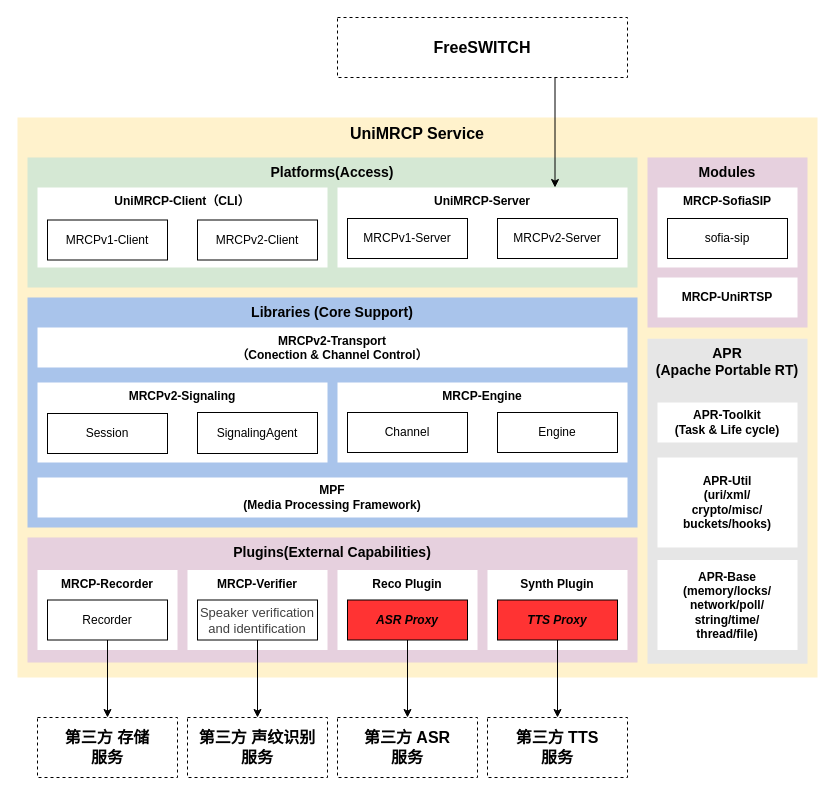
The draw.io diagram page "unimrcp" (2 of 2) of drawio/unimrcp.drawio.xml in Hamlee7/develop_env, before the edit. Source tidied: cells renumbered, new cells numbered last; positions are measured from the earlier drawing's top-left corner, leaving out a move shared by most shapes. Both pictures are drawn from the tidied source at 100%, with x=0, y=0 at pixel (17, 17).
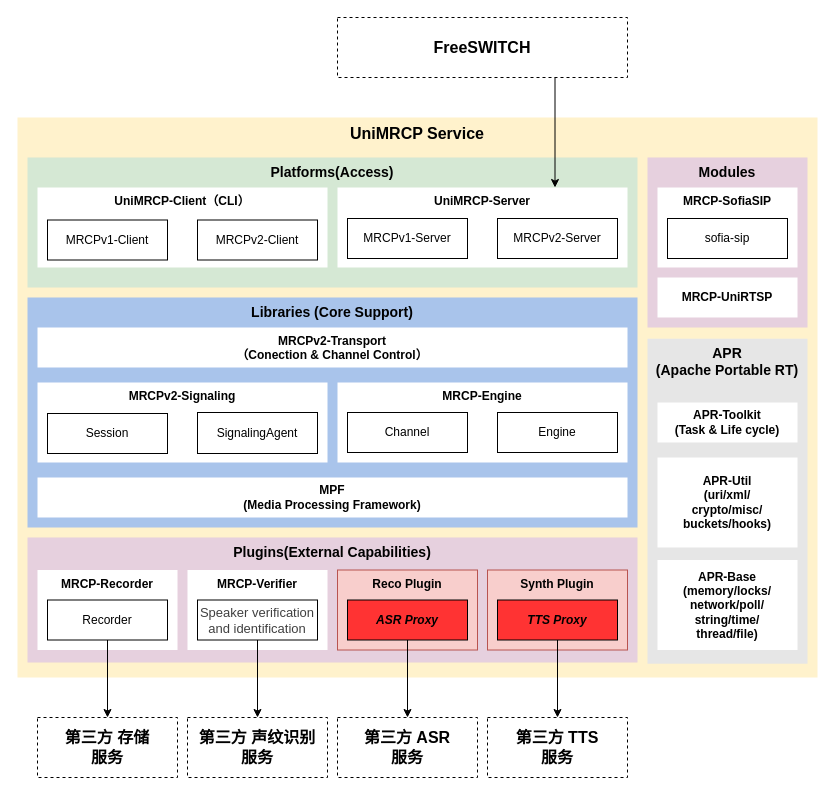
The same diagram, later.

Change to the diagram source:
```diff
@@
-    <mxCell id="27" value="&lt;b&gt;Reco Plugin&lt;/b&gt;" style="rounded=0;whiteSpace=wrap;html=1;align=center;verticalAlign=top;strokeColor=none;" parent="1" vertex="1">
+    <mxCell id="27" value="&lt;b&gt;Reco Plugin&lt;/b&gt;" style="rounded=0;whiteSpace=wrap;html=1;align=center;verticalAlign=top;strokeColor=#b85450;fillColor=#f8cecc;" parent="1" vertex="1">
       <mxGeometry x="320" y="552.5" width="140" height="80" as="geometry" />
     </mxCell>
-    <mxCell id="28" value="&lt;b&gt;Synth Plugin&lt;/b&gt;" style="rounded=0;whiteSpace=wrap;html=1;align=center;verticalAlign=top;strokeColor=none;" parent="1" vertex="1">
+    <mxCell id="28" value="&lt;b&gt;Synth Plugin&lt;/b&gt;" style="rounded=0;whiteSpace=wrap;html=1;align=center;verticalAlign=top;strokeColor=#b85450;fillColor=#f8cecc;" parent="1" vertex="1">
       <mxGeometry x="470" y="552.5" width="140" height="80" as="geometry" />
     </mxCell>
```
